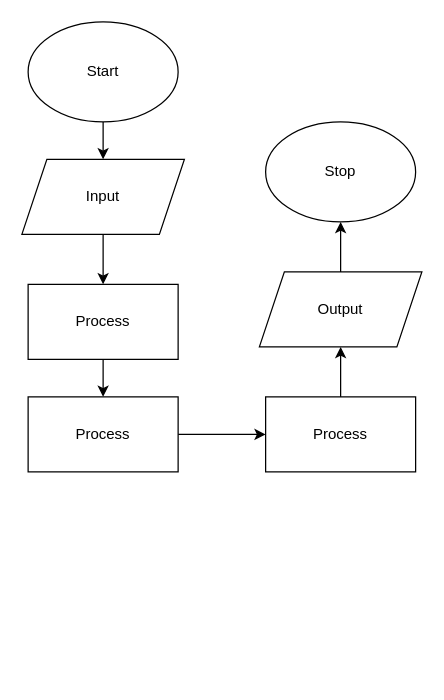
Aleksandr-Ten/ICS3U-Unit3-02 keeps this draw.io diagram as flowchart.drawio. Above is the earlier version. Source tidied: cells renumbered, new cells numbered last; positions are measured from the earlier drawing's top-left corner, leaving out a move shared by most shapes. Both pictures are drawn from the tidied source at 125%, with x=0, y=0 at pixel (21, 21).
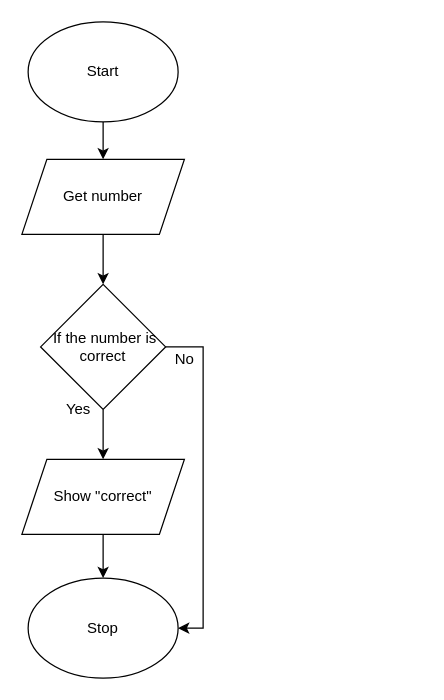
The same page after the edit.

Diff of the diagram source:
```diff
@@
 <mxGraphModel>
   <root>
     <mxCell id="0" />
     <mxCell id="1" parent="0" />
     <mxCell id="2" style="edgeStyle=none;html=1;exitX=0.5;exitY=1;exitDx=0;exitDy=0;" parent="1" edge="1" source="3" target="5">
       <mxGeometry relative="1" as="geometry" />
     </mxCell>
     <mxCell id="3" value="Start" style="ellipse;whiteSpace=wrap;html=1;" parent="1" vertex="1">
       <mxGeometry x="5" width="120" height="80" as="geometry" />
     </mxCell>
-    <mxCell id="4" style="edgeStyle=none;html=1;exitX=0.5;exitY=1;exitDx=0;exitDy=0;entryX=0.5;entryY=0;entryDx=0;entryDy=0;" parent="1" edge="1" source="5" target="7">
-      <mxGeometry relative="1" as="geometry" />
+    <mxCell id="4" style="edgeStyle=none;html=1;exitX=0.5;exitY=1;exitDx=0;exitDy=0;entryX=0.5;entryY=0;entryDx=0;entryDy=0;" parent="1" edge="1" source="5">
+      <mxGeometry relative="1" as="geometry">
+        <mxPoint x="65" y="210" as="targetPoint" />
+      </mxGeometry>
     </mxCell>
-    <mxCell id="5" value="Input" style="shape=parallelogram;perimeter=parallelogramPerimeter;whiteSpace=wrap;html=1;fixedSize=1;" parent="1" vertex="1">
+    <mxCell id="5" value="Get number" style="shape=parallelogram;perimeter=parallelogramPerimeter;whiteSpace=wrap;html=1;fixedSize=1;" parent="1" vertex="1">
       <mxGeometry y="110" width="130" height="60" as="geometry" />
     </mxCell>
-    <mxCell id="6" style="edgeStyle=none;html=1;exitX=0.5;exitY=1;exitDx=0;exitDy=0;" parent="1" edge="1" source="7" target="9">
-      <mxGeometry relative="1" as="geometry" />
-    </mxCell>
-    <mxCell id="7" value="Process" style="rounded=0;whiteSpace=wrap;html=1;" parent="1" vertex="1">
-      <mxGeometry x="5" y="210" width="120" height="60" as="geometry" />
-    </mxCell>
-    <mxCell id="8" style="edgeStyle=none;html=1;exitX=1;exitY=0.5;exitDx=0;exitDy=0;entryX=0;entryY=0.5;entryDx=0;entryDy=0;" parent="1" edge="1" source="9" target="11">
-      <mxGeometry relative="1" as="geometry" />
-    </mxCell>
-    <mxCell id="9" value="Process" style="rounded=0;whiteSpace=wrap;html=1;" parent="1" vertex="1">
-      <mxGeometry x="5" y="300" width="120" height="60" as="geometry" />
-    </mxCell>
-    <mxCell id="10" style="edgeStyle=none;html=1;exitX=0.5;exitY=0;exitDx=0;exitDy=0;" parent="1" edge="1" source="11" target="13">
+    <mxCell id="10" style="edgeStyle=none;html=1;exitX=0.5;exitY=1;exitDx=0;exitDy=0;" parent="1" edge="1" source="16" target="13">
       <mxGeometry relative="1" as="geometry" />
     </mxCell>
-    <mxCell id="11" value="Process" style="rounded=0;whiteSpace=wrap;html=1;" parent="1" vertex="1">
-      <mxGeometry x="195" y="300" width="120" height="60" as="geometry" />
-    </mxCell>
     <mxCell id="12" style="edgeStyle=none;html=1;" parent="1" edge="1" source="13" target="14">
       <mxGeometry relative="1" as="geometry" />
     </mxCell>
-    <mxCell id="13" value="Output" style="shape=parallelogram;perimeter=parallelogramPerimeter;whiteSpace=wrap;html=1;fixedSize=1;" parent="1" vertex="1">
-      <mxGeometry x="190" y="200" width="130" height="60" as="geometry" />
+    <mxCell id="13" value="Show &quot;correct&quot;" style="shape=parallelogram;perimeter=parallelogramPerimeter;whiteSpace=wrap;html=1;fixedSize=1;" parent="1" vertex="1">
+      <mxGeometry y="350" width="130" height="60" as="geometry" />
     </mxCell>
     <mxCell id="14" value="Stop" style="ellipse;whiteSpace=wrap;html=1;" parent="1" vertex="1">
-      <mxGeometry x="195" y="80" width="120" height="80" as="geometry" />
+      <mxGeometry x="5" y="445" width="120" height="80" as="geometry" />
     </mxCell>
+    <mxCell id="15" style="edgeStyle=orthogonalEdgeStyle;html=1;exitX=1;exitY=0.5;exitDx=0;exitDy=0;rounded=0;entryX=1;entryY=0.5;entryDx=0;entryDy=0;" parent="1" edge="1" source="16" target="14">
+      <mxGeometry relative="1" as="geometry">
+        <Array as="points">
+          <mxPoint x="145" y="260" />
+          <mxPoint x="145" y="485" />
+        </Array>
+      </mxGeometry>
+    </mxCell>
+    <mxCell id="16" value="&amp;nbsp;If the number is correct" style="rhombus;whiteSpace=wrap;html=1;" parent="1" vertex="1">
+      <mxGeometry x="15" y="210" width="100" height="100" as="geometry" />
+    </mxCell>
+    <mxCell id="17" value="Yes" style="text;html=1;align=center;verticalAlign=middle;fillColor=none;strokeColor=none;rounded=0;" parent="1" vertex="1">
+      <mxGeometry x="25" y="300" width="40" height="20" as="geometry" />
+    </mxCell>
+    <mxCell id="18" value="No" style="text;html=1;align=center;verticalAlign=middle;fillColor=none;strokeColor=none;rounded=0;" parent="1" vertex="1">
+      <mxGeometry x="115" y="260" width="30" height="20" as="geometry" />
+    </mxCell>
   </root>
 </mxGraphModel>
```
